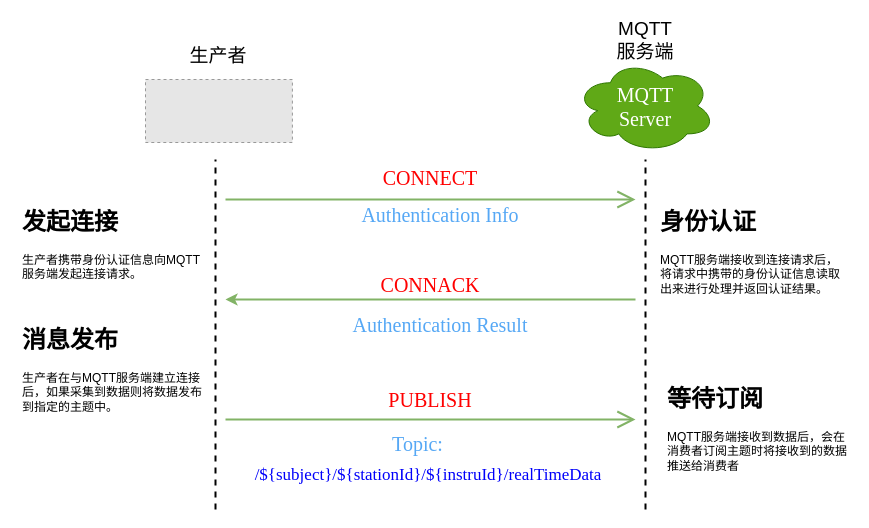
The draw.io diagram page "第 1 页" (1 of 5) of drawio/mqtt-auth.drawio in raingnight/Blog_Pic, before the edit. Source tidied: cells renumbered, new cells numbered last; positions are measured from the earlier drawing's top-left corner, leaving out a move shared by most shapes. Both pictures are drawn from the tidied source at 100%, with x=0, y=0 at pixel (17, 25). Pictures stored in the file or linked from it are replaced by grey dashed boxes.
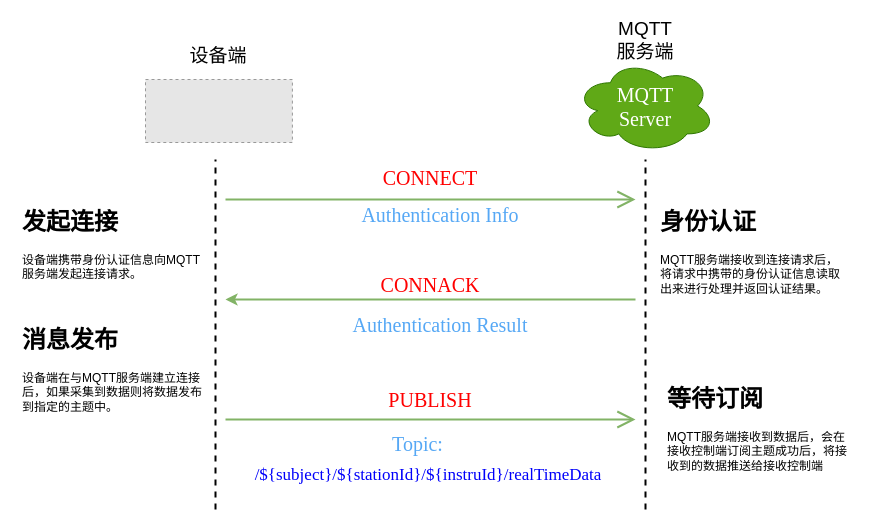
Above is the later version.

Diff of the diagram source:
```diff
@@
-    <mxCell id="10" value="生产者" style="text;html=1;strokeColor=none;fillColor=none;align=center;verticalAlign=middle;whiteSpace=wrap;rounded=0;fontSize=19;" parent="1" vertex="1">
+    <mxCell id="10" value="设备端" style="text;html=1;strokeColor=none;fillColor=none;align=center;verticalAlign=middle;whiteSpace=wrap;rounded=0;fontSize=19;" parent="1" vertex="1">
       <mxGeometry x="171.4" y="16" width="60" height="30" as="geometry" />
     </mxCell>
@@
-    <mxCell id="18" value="&lt;h1&gt;发起连接&lt;/h1&gt;&lt;p&gt;生产者携带身份认证信息向MQTT服务端发起连接请求。&lt;/p&gt;" style="text;html=1;strokeColor=none;fillColor=none;spacing=5;spacingTop=-20;whiteSpace=wrap;overflow=hidden;rounded=0;" parent="1" vertex="1">
+    <mxCell id="18" value="&lt;h1&gt;发起连接&lt;/h1&gt;&lt;p&gt;设备端携带身份认证信息向MQTT服务端发起连接请求。&lt;/p&gt;" style="text;html=1;strokeColor=none;fillColor=none;spacing=5;spacingTop=-20;whiteSpace=wrap;overflow=hidden;rounded=0;" parent="1" vertex="1">
       <mxGeometry y="177" width="190" height="87" as="geometry" />
     </mxCell>
@@
-    <mxCell id="20" value="&lt;h1&gt;消息发布&lt;/h1&gt;&lt;p&gt;生产者在与MQTT服务端建立连接后，如果采集到数据则将数据发布到指定的主题中。&lt;/p&gt;" style="text;html=1;strokeColor=none;fillColor=none;spacing=5;spacingTop=-20;whiteSpace=wrap;overflow=hidden;rounded=0;" parent="1" vertex="1">
+    <mxCell id="20" value="&lt;h1&gt;消息发布&lt;/h1&gt;&lt;p&gt;设备端在与MQTT服务端建立连接后，如果采集到数据则将数据发布到指定的主题中。&lt;/p&gt;" style="text;html=1;strokeColor=none;fillColor=none;spacing=5;spacingTop=-20;whiteSpace=wrap;overflow=hidden;rounded=0;" parent="1" vertex="1">
       <mxGeometry y="295" width="190" height="103" as="geometry" />
     </mxCell>
-    <mxCell id="21" value="&lt;h1&gt;等待订阅&lt;/h1&gt;&lt;p&gt;MQTT服务端接收到数据后，会在消费者订阅主题时将接收到的数据推送给消费者&lt;/p&gt;" style="text;html=1;strokeColor=none;fillColor=none;spacing=5;spacingTop=-20;whiteSpace=wrap;overflow=hidden;rounded=0;" parent="1" vertex="1">
+    <mxCell id="21" value="&lt;h1&gt;等待订阅&lt;/h1&gt;&lt;p&gt;MQTT服务端接收到数据后，会在接收控制端订阅主题成功后，将接收到的数据推送给接收控制端&lt;/p&gt;" style="text;html=1;strokeColor=none;fillColor=none;spacing=5;spacingTop=-20;whiteSpace=wrap;overflow=hidden;rounded=0;" parent="1" vertex="1">
       <mxGeometry x="645" y="354" width="190" height="103" as="geometry" />
     </mxCell>
```
